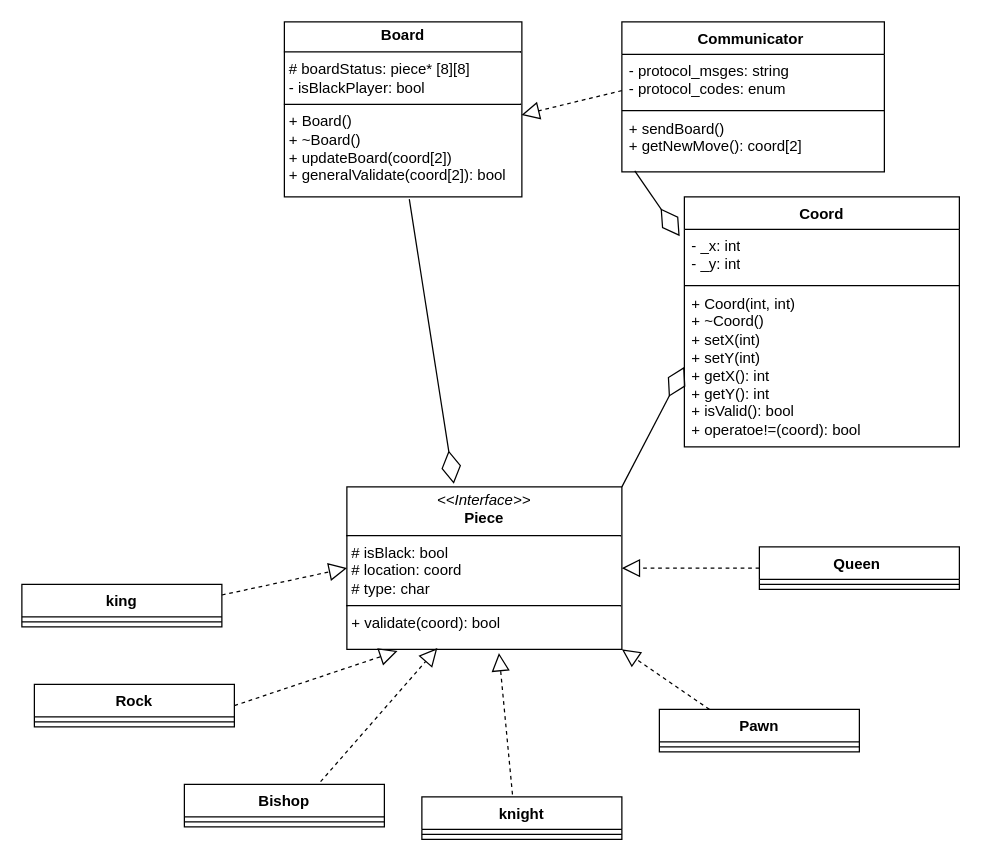
ShonPis1/ChessTeam4 keeps this draw.io diagram as ChessGame_frontend_UML.drawio. Above is the earlier version. Source tidied: cells renumbered, new cells numbered last; positions are measured from the earlier drawing's top-left corner, leaving out a move shared by most shapes. Both pictures are drawn from the tidied source at 125%, with x=0, y=0 at pixel (21, 21).
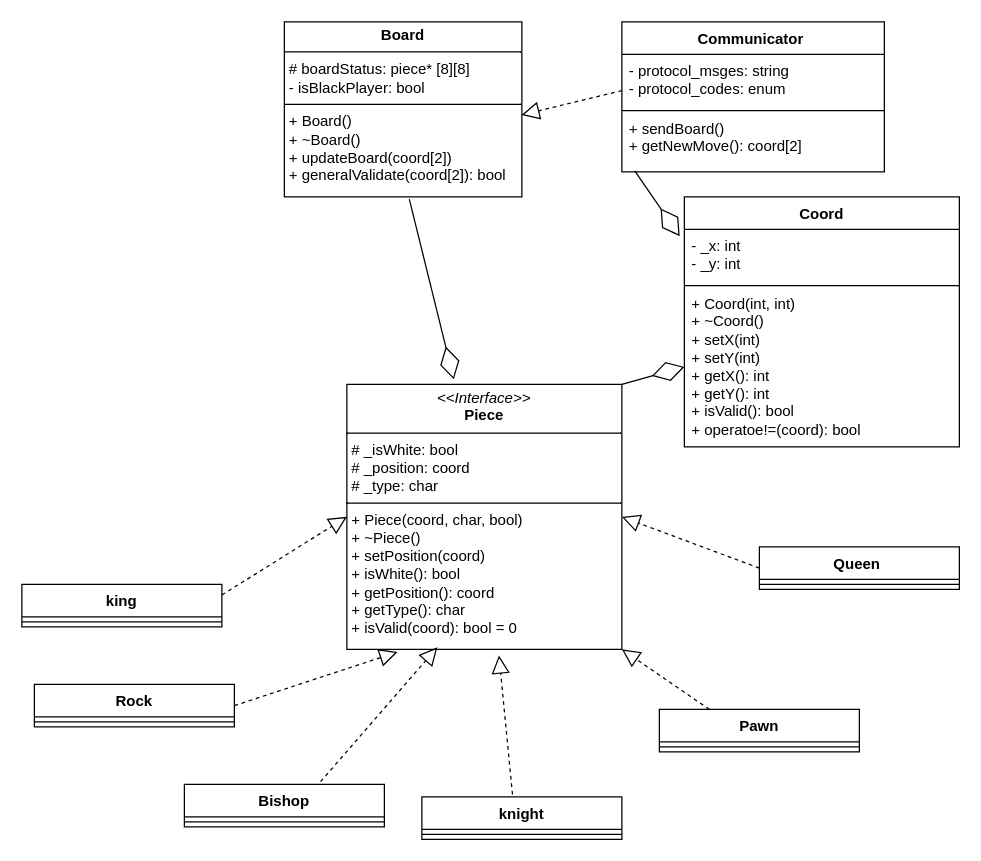
After the change.

Commit message:
fix: update Piece class in the UML diagram

Change to the diagram source:
```diff
@@
-    <mxCell id="2" value="&lt;p style=&quot;margin:0px;margin-top:4px;text-align:center;&quot;&gt;&lt;i&gt;&amp;lt;&amp;lt;Interface&amp;gt;&amp;gt;&lt;/i&gt;&lt;br&gt;&lt;b&gt;Piece&lt;/b&gt;&lt;/p&gt;&lt;hr size=&quot;1&quot; style=&quot;border-style:solid;&quot;&gt;&lt;p style=&quot;margin:0px;margin-left:4px;&quot;&gt;# isBlack: bool&lt;br&gt;# location: coord&lt;/p&gt;&lt;p style=&quot;margin:0px;margin-left:4px;&quot;&gt;# type: char&lt;/p&gt;&lt;hr size=&quot;1&quot; style=&quot;border-style:solid;&quot;&gt;&lt;p style=&quot;margin:0px;margin-left:4px;&quot;&gt;+ validate(coord): bool&lt;br&gt;&lt;br&gt;&lt;/p&gt;" style="verticalAlign=top;align=left;overflow=fill;html=1;whiteSpace=wrap;" parent="1" vertex="1">
-      <mxGeometry x="260" y="372" width="220" height="130" as="geometry" />
+    <mxCell id="2" value="&lt;p style=&quot;margin:0px;margin-top:4px;text-align:center;&quot;&gt;&lt;i&gt;&amp;lt;&amp;lt;Interface&amp;gt;&amp;gt;&lt;/i&gt;&lt;br&gt;&lt;b&gt;Piece&lt;/b&gt;&lt;/p&gt;&lt;hr size=&quot;1&quot; style=&quot;border-style:solid;&quot;&gt;&lt;p style=&quot;margin:0px;margin-left:4px;&quot;&gt;# _isWhite: bool&lt;br&gt;# _position: coord&lt;/p&gt;&lt;p style=&quot;margin:0px;margin-left:4px;&quot;&gt;# _type: char&lt;/p&gt;&lt;hr size=&quot;1&quot; style=&quot;border-style:solid;&quot;&gt;&lt;p style=&quot;margin:0px;margin-left:4px;&quot;&gt;+ Piece(coord, char, bool)&lt;/p&gt;&lt;p style=&quot;margin:0px;margin-left:4px;&quot;&gt;+ ~Piece()&lt;/p&gt;&lt;p style=&quot;margin:0px;margin-left:4px;&quot;&gt;+ setPosition(coord)&lt;/p&gt;&lt;p style=&quot;margin:0px;margin-left:4px;&quot;&gt;+ isWhite(): bool&lt;/p&gt;&lt;p style=&quot;margin:0px;margin-left:4px;&quot;&gt;+ getPosition(): coord&lt;/p&gt;&lt;p style=&quot;margin:0px;margin-left:4px;&quot;&gt;+ getType(): char&amp;nbsp;&lt;/p&gt;&lt;p style=&quot;margin:0px;margin-left:4px;&quot;&gt;+ isValid(coord): bool = 0&lt;/p&gt;&lt;p style=&quot;margin:0px;margin-left:4px;&quot;&gt;&lt;br&gt;&lt;/p&gt;" style="verticalAlign=top;align=left;overflow=fill;html=1;whiteSpace=wrap;" parent="1" vertex="1">
+      <mxGeometry x="260" y="290" width="220" height="212" as="geometry" />
     </mxCell>
```
